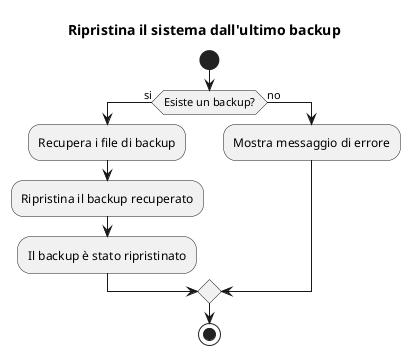
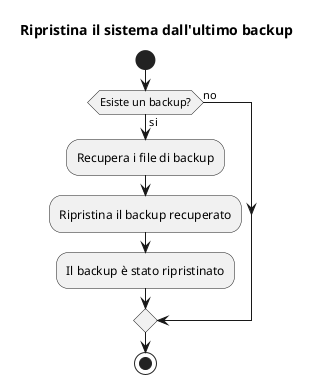
- @startuml ripristinastato
+ @startuml recuperaContenutoBackup
title Ripristina il sistema dall'ultimo backup

start
if (Esiste un backup?) then (si)
    :Recupera i file di backup;
    :Ripristina il backup recuperato;
    :Il backup è stato ripristinato;
else (no)
-     :Mostra messaggio di errore;
endif
stop

@enduml
